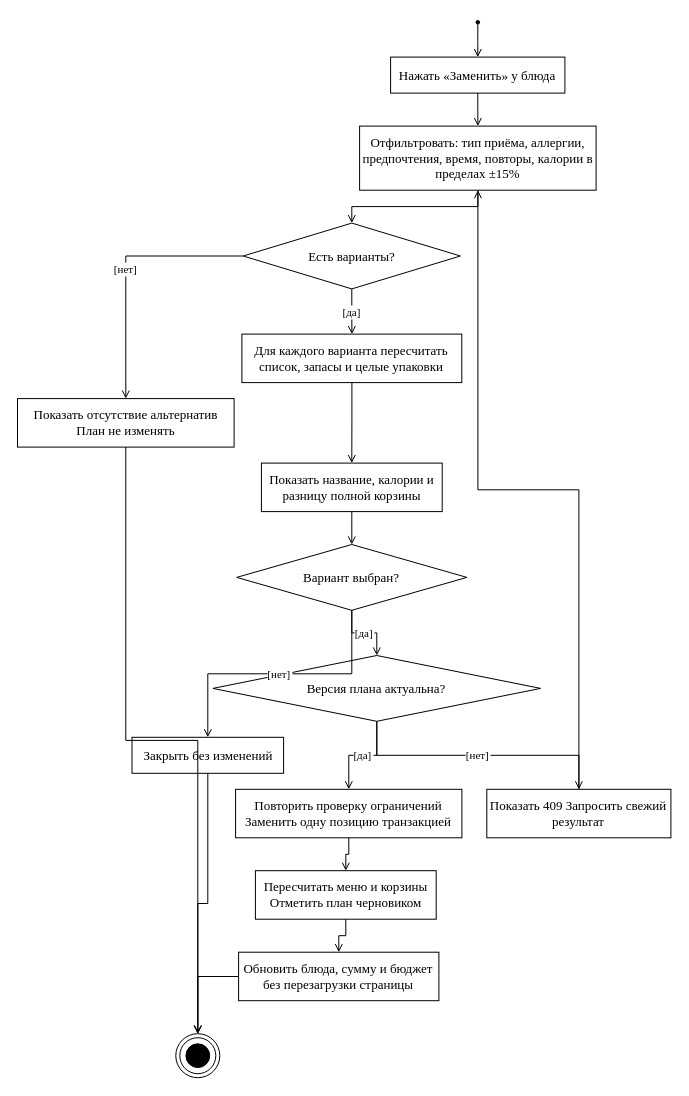
Earlier version of the draw.io diagram docs/lab2/diagrams/activity_alternative.drawio (Xaz16/FitNutrition). Source tidied: cells renumbered, new cells numbered last; positions are measured from the earlier drawing's top-left corner, leaving out a move shared by most shapes. Both pictures are drawn from the tidied source at 100%, with x=0, y=0 at pixel (17, 20).
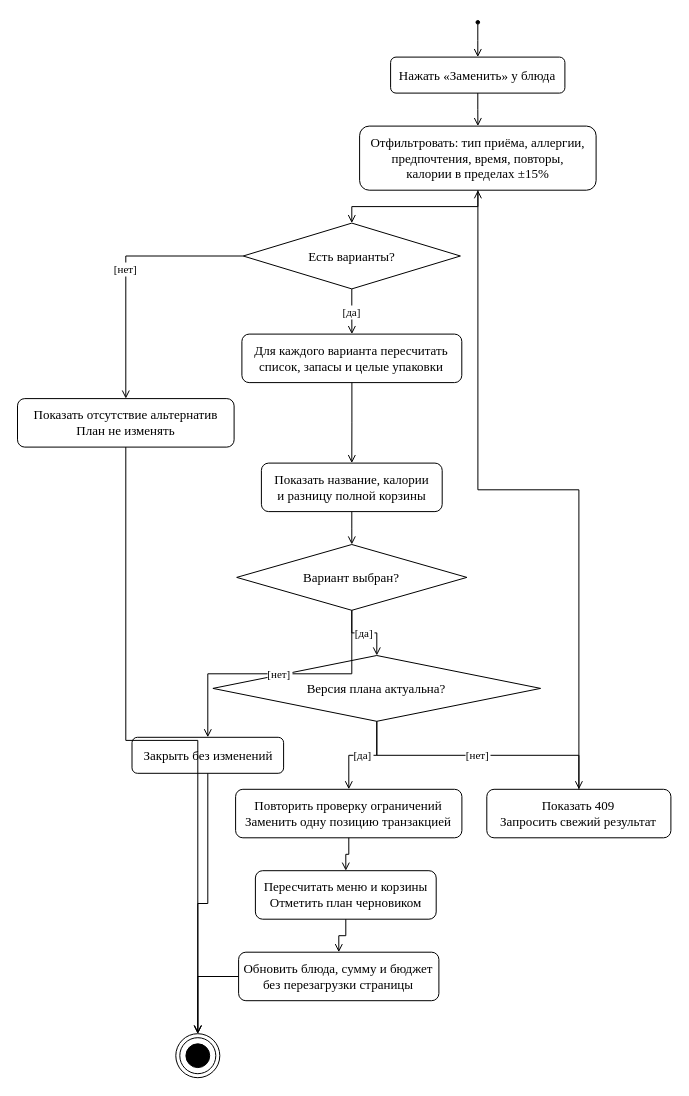
The same diagram, later.

Diff of the diagram source:
```diff
@@
-    <mxCell id="3" value="Нажать «Заменить» у блюда" style="rounded=0;whiteSpace=wrap;html=0;fontFamily=Times New Roman;fontSize=13;strokeColor=#000000;" parent="1" vertex="1">
+    <mxCell id="3" value="Нажать «Заменить» у блюда" style="rounded=1;whiteSpace=wrap;html=0;fontFamily=Times New Roman;fontSize=13;strokeColor=#000000;" parent="1" vertex="1">
       <mxGeometry x="373.1" y="36.6" width="174.3" height="36" as="geometry" />
     </mxCell>
-    <mxCell id="4" value="Отфильтровать: тип приёма, аллергии, предпочтения, время, повторы, калории в пределах ±15%" style="rounded=0;whiteSpace=wrap;html=0;fontFamily=Times New Roman;fontSize=13;strokeColor=#000000;" parent="1" vertex="1">
+    <mxCell id="4" value="Отфильтровать: тип приёма, аллергии,&#10;предпочтения, время, повторы,&#10;калории в пределах ±15%" style="rounded=1;whiteSpace=wrap;html=0;fontFamily=Times New Roman;fontSize=13;strokeColor=#000000;" parent="1" vertex="1">
       <mxGeometry x="342.1" y="105.6" width="236.5" height="64.1" as="geometry" />
     </mxCell>
@@
-    <mxCell id="6" value="Показать отсутствие альтернатив План не изменять" style="rounded=0;whiteSpace=wrap;html=0;fontFamily=Times New Roman;fontSize=13;strokeColor=#000000;" parent="1" vertex="1">
+    <mxCell id="6" value="Показать отсутствие альтернатив&#10;План не изменять" style="rounded=1;whiteSpace=wrap;html=0;fontFamily=Times New Roman;fontSize=13;strokeColor=#000000;" parent="1" vertex="1">
       <mxGeometry y="378.1" width="216.6" height="48.5" as="geometry" />
     </mxCell>
-    <mxCell id="7" value="Для каждого варианта пересчитать список, запасы и целые упаковки" style="rounded=0;whiteSpace=wrap;html=0;fontFamily=Times New Roman;fontSize=13;strokeColor=#000000;" parent="1" vertex="1">
+    <mxCell id="7" value="Для каждого варианта пересчитать&#10;список, запасы и целые упаковки" style="rounded=1;whiteSpace=wrap;html=0;fontFamily=Times New Roman;fontSize=13;strokeColor=#000000;" parent="1" vertex="1">
       <mxGeometry x="224.4" y="313.6" width="219.9" height="48.5" as="geometry" />
     </mxCell>
-    <mxCell id="8" value="Показать название, калории и разницу полной корзины" style="rounded=0;whiteSpace=wrap;html=0;fontFamily=Times New Roman;fontSize=13;strokeColor=#000000;" parent="1" vertex="1">
+    <mxCell id="8" value="Показать название, калории&#10;и разницу полной корзины" style="rounded=1;whiteSpace=wrap;html=0;fontFamily=Times New Roman;fontSize=13;strokeColor=#000000;" parent="1" vertex="1">
       <mxGeometry x="243.9" y="442.6" width="180.8" height="48.5" as="geometry" />
     </mxCell>
@@
-    <mxCell id="10" value="Закрыть без изменений" style="rounded=0;whiteSpace=wrap;html=0;fontFamily=Times New Roman;fontSize=13;strokeColor=#000000;" parent="1" vertex="1">
+    <mxCell id="10" value="Закрыть без изменений" style="rounded=1;whiteSpace=wrap;html=0;fontFamily=Times New Roman;fontSize=13;strokeColor=#000000;" parent="1" vertex="1">
       <mxGeometry x="114.5" y="716.8" width="151.6" height="36" as="geometry" />
     </mxCell>
@@
-    <mxCell id="12" value="Показать 409 Запросить свежий результат" style="rounded=0;whiteSpace=wrap;html=0;fontFamily=Times New Roman;fontSize=13;strokeColor=#000000;" parent="1" vertex="1">
+    <mxCell id="12" value="Показать 409&#10;Запросить свежий результат" style="rounded=1;whiteSpace=wrap;html=0;fontFamily=Times New Roman;fontSize=13;strokeColor=#000000;" parent="1" vertex="1">
       <mxGeometry x="469.3" y="768.8" width="184.1" height="48.5" as="geometry" />
     </mxCell>
-    <mxCell id="13" value="Повторить проверку ограничений Заменить одну позицию транзакцией" style="rounded=0;whiteSpace=wrap;html=0;fontFamily=Times New Roman;fontSize=13;strokeColor=#000000;" parent="1" vertex="1">
+    <mxCell id="13" value="Повторить проверку ограничений&#10;Заменить одну позицию транзакцией" style="rounded=1;whiteSpace=wrap;html=0;fontFamily=Times New Roman;fontSize=13;strokeColor=#000000;" parent="1" vertex="1">
       <mxGeometry x="218.1" y="768.8" width="226.3" height="48.5" as="geometry" />
     </mxCell>
-    <mxCell id="14" value="Пересчитать меню и корзины Отметить план черновиком" style="rounded=0;whiteSpace=wrap;html=0;fontFamily=Times New Roman;fontSize=13;strokeColor=#000000;" parent="1" vertex="1">
+    <mxCell id="14" value="Пересчитать меню и корзины&#10;Отметить план черновиком" style="rounded=1;whiteSpace=wrap;html=0;fontFamily=Times New Roman;fontSize=13;strokeColor=#000000;" parent="1" vertex="1">
       <mxGeometry x="237.9" y="850.2" width="180.8" height="48.5" as="geometry" />
     </mxCell>
-    <mxCell id="15" value="Обновить блюда, сумму и бюджет без перезагрузки страницы" style="rounded=0;whiteSpace=wrap;html=0;fontFamily=Times New Roman;fontSize=13;strokeColor=#000000;" parent="1" vertex="1">
+    <mxCell id="15" value="Обновить блюда, сумму и бюджет&#10;без перезагрузки страницы" style="rounded=1;whiteSpace=wrap;html=0;fontFamily=Times New Roman;fontSize=13;strokeColor=#000000;" parent="1" vertex="1">
       <mxGeometry x="221.1" y="931.7" width="200.3" height="48.5" as="geometry" />
     </mxCell>
```
